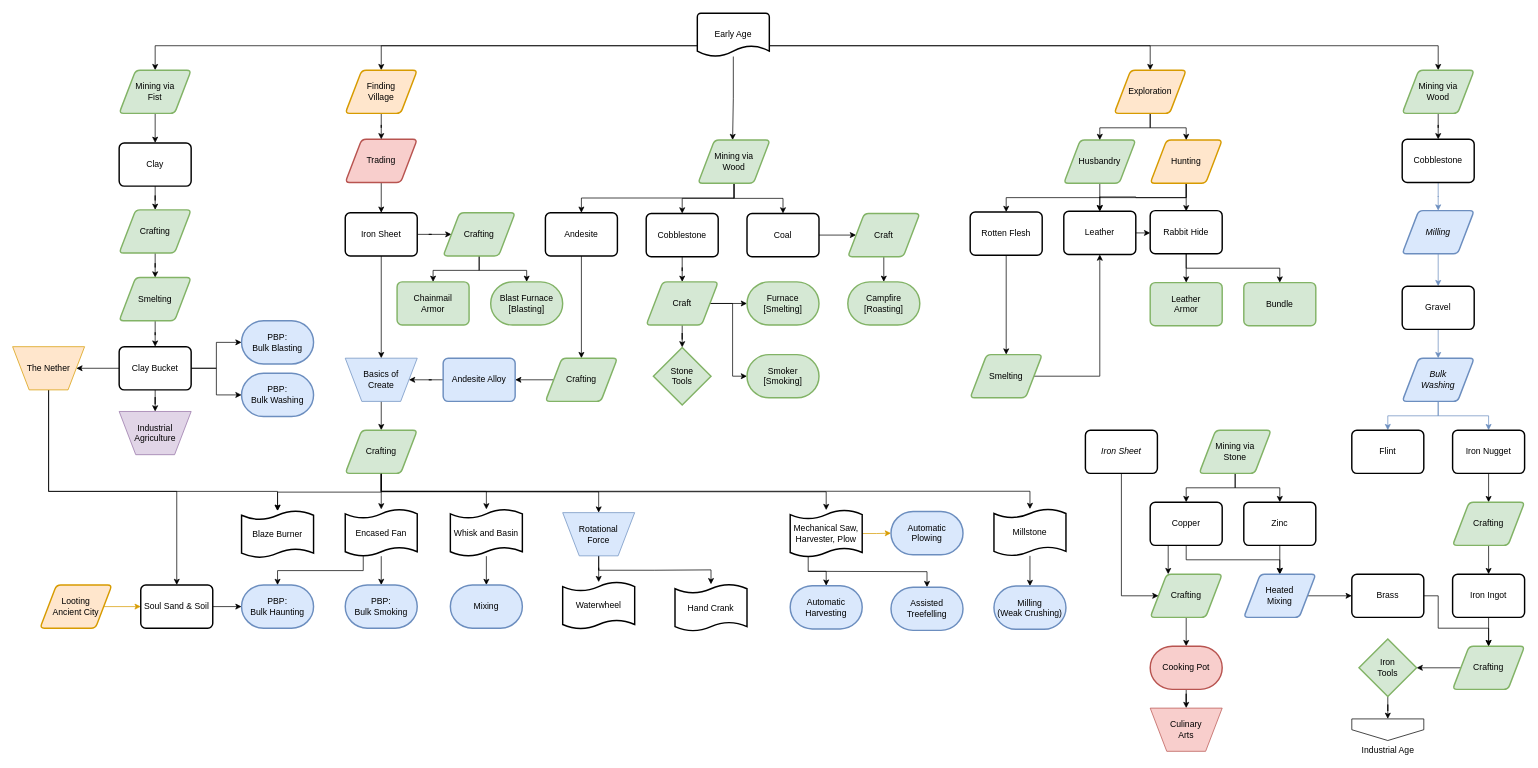
Earlier version of the draw.io diagram page "Early Age" (4 of 7) of flowcharts/progression.drawio (MeepishRealms/Cog). Source tidied: cells renumbered, new cells numbered last; positions are measured from the earlier drawing's top-left corner, leaving out a move shared by most shapes. Both pictures are drawn from the tidied source at 72%, with x=0, y=0 at pixel (12, 13).
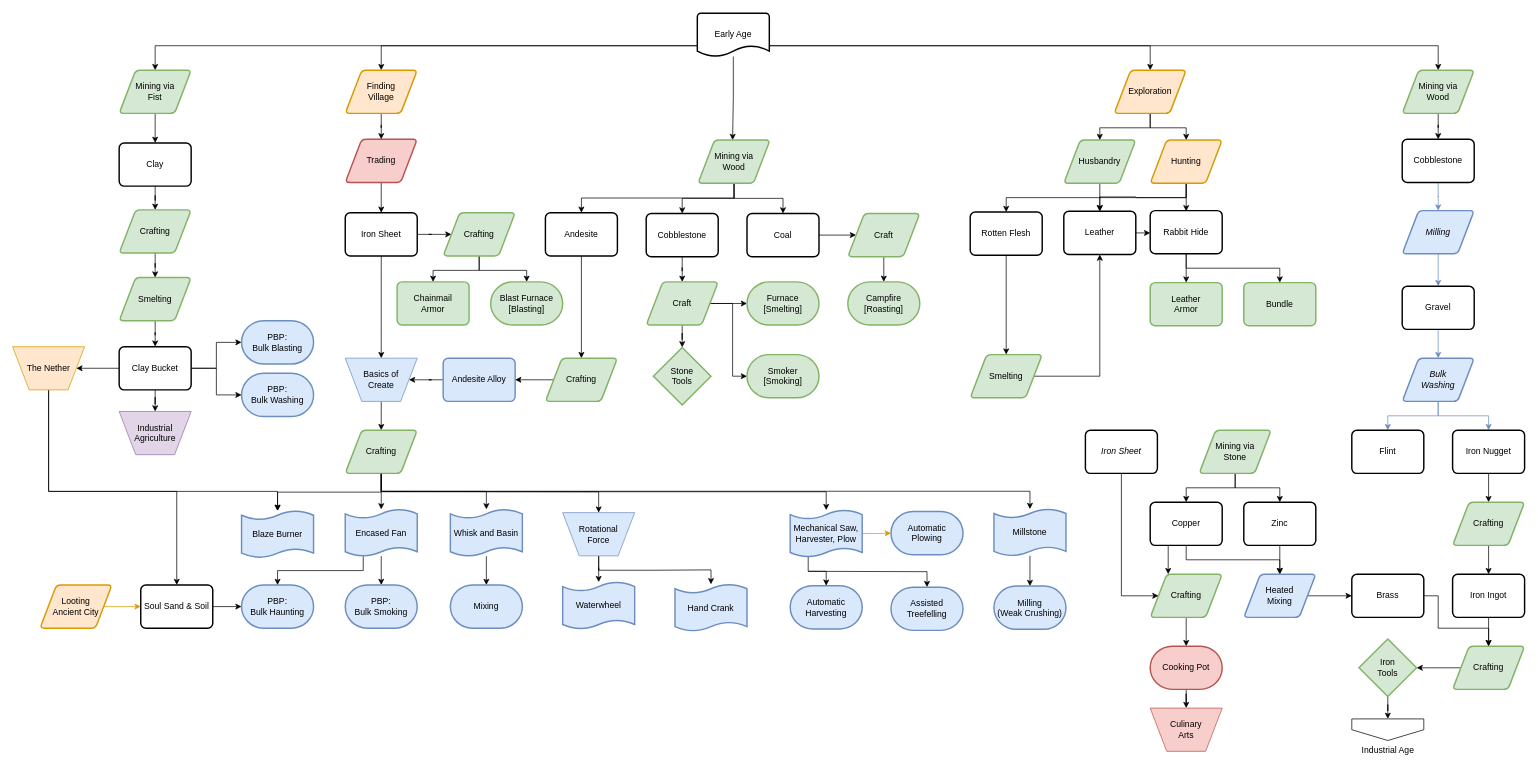
After the change.

Change to the diagram source:
```diff
@@
-    <mxCell id="51" value="Encased Fan" style="shape=tape;whiteSpace=wrap;html=1;strokeWidth=2;size=0.19;" parent="1" vertex="1">
+    <mxCell id="51" value="Encased Fan" style="shape=tape;whiteSpace=wrap;html=1;strokeWidth=2;size=0.19;fillColor=#dae8fc;strokeColor=#6c8ebf;" parent="1" vertex="1">
       <mxGeometry x="462" y="689" width="100" height="65" as="geometry" />
     </mxCell>
@@
-    <mxCell id="57" value="Blaze Burner" style="shape=tape;whiteSpace=wrap;html=1;strokeWidth=2;size=0.19;" parent="1" vertex="1">
+    <mxCell id="57" value="Blaze Burner" style="shape=tape;whiteSpace=wrap;html=1;strokeWidth=2;size=0.19;fillColor=#dae8fc;strokeColor=#6c8ebf;" parent="1" vertex="1">
       <mxGeometry x="318" y="691" width="100" height="65" as="geometry" />
     </mxCell>
@@
-    <mxCell id="59" value="Whisk and Basin" style="shape=tape;whiteSpace=wrap;html=1;strokeWidth=2;size=0.19;" parent="1" vertex="1">
+    <mxCell id="59" value="Whisk and Basin" style="shape=tape;whiteSpace=wrap;html=1;strokeWidth=2;size=0.19;fillColor=#dae8fc;strokeColor=#6c8ebf;" parent="1" vertex="1">
       <mxGeometry x="608" y="689" width="100" height="65" as="geometry" />
     </mxCell>
@@
-    <mxCell id="85" value="Waterwheel" style="shape=tape;whiteSpace=wrap;html=1;strokeWidth=2;size=0.19;" parent="1" vertex="1">
+    <mxCell id="85" value="Waterwheel" style="shape=tape;whiteSpace=wrap;html=1;strokeWidth=2;size=0.19;fillColor=#dae8fc;strokeColor=#6c8ebf;" parent="1" vertex="1">
       <mxGeometry x="764" y="790" width="100" height="65" as="geometry" />
     </mxCell>
-    <mxCell id="86" value="Hand Crank" style="shape=tape;whiteSpace=wrap;html=1;strokeWidth=2;size=0.19;" parent="1" vertex="1">
+    <mxCell id="86" value="Hand Crank" style="shape=tape;whiteSpace=wrap;html=1;strokeWidth=2;size=0.19;fillColor=#dae8fc;strokeColor=#6c8ebf;" parent="1" vertex="1">
       <mxGeometry x="920" y="793" width="100" height="65" as="geometry" />
     </mxCell>
@@
-    <mxCell id="91" value="Mechanical Saw, Harvester, Plow" style="shape=tape;whiteSpace=wrap;html=1;strokeWidth=2;size=0.19;" parent="1" vertex="1">
+    <mxCell id="91" value="Mechanical Saw, Harvester, Plow" style="shape=tape;whiteSpace=wrap;html=1;strokeWidth=2;size=0.19;fillColor=#dae8fc;strokeColor=#6c8ebf;" parent="1" vertex="1">
       <mxGeometry x="1080" y="690" width="100" height="65" as="geometry" />
     </mxCell>
@@
-    <mxCell id="115" value="Millstone" style="shape=tape;whiteSpace=wrap;html=1;strokeWidth=2;size=0.19;" parent="1" vertex="1">
+    <mxCell id="115" value="Millstone" style="shape=tape;whiteSpace=wrap;html=1;strokeWidth=2;size=0.19;fillColor=#dae8fc;strokeColor=#6c8ebf;" parent="1" vertex="1">
       <mxGeometry x="1363" y="688.5" width="100" height="65" as="geometry" />
     </mxCell>
```
